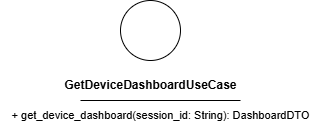
The draw.io diagram src/PB/DocumentazioneEsterna/Specifica_Tecnica/content/uml/png/Dashboard/GetDeviceDashboardUseCase.png in GroupRubberDuck/Documentazione, before a commit. Source tidied: cells renumbered, new cells last; positions are measured from the earlier drawing's top-left corner, leaving out a move shared by most shapes. The source it was exported from:
```xml
<mxGraphModel>
  <root>
    <mxCell id="0" />
    <mxCell id="1" parent="0" />
    <mxCell id="2" style="ellipse;whiteSpace=wrap;html=1;" parent="1" vertex="1">
      <mxGeometry x="120" width="60" height="60" as="geometry" />
    </mxCell>
    <mxCell id="3" value="&lt;b&gt;GetDeviceDashboardUseCase&lt;/b&gt;" style="text;html=1;align=center;verticalAlign=middle;strokeColor=none;fillColor=none;" parent="1" vertex="1">
      <mxGeometry x="50" y="70" width="200" height="30" as="geometry" />
    </mxCell>
    <mxCell id="4" style="endArrow=none;html=1;" parent="1" edge="1">
      <mxGeometry relative="1" as="geometry">
        <mxPoint x="80" y="100" as="sourcePoint" />
        <mxPoint x="240" y="100" as="targetPoint" />
        <Array as="points">
          <mxPoint x="160" y="100" />
        </Array>
      </mxGeometry>
    </mxCell>
    <mxCell id="5" value="&lt;font style=&quot;font-size: 11px;&quot;&gt;+ get_device_dashboard(session_id: String): DashboardDTO&lt;/font&gt;" style="text;html=1;align=center;verticalAlign=middle;strokeColor=none;fillColor=none;" parent="1" vertex="1">
      <mxGeometry y="100" width="320" height="30" as="geometry" />
    </mxCell>
  </root>
</mxGraphModel>
```
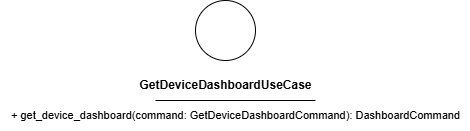
The same file after the commit.

Commit message:
fix: st dashbaord con command

Diff of the diagram source:
```diff
@@ -17,8 +17,8 @@
         </Array>
       </mxGeometry>
     </mxCell>
-    <mxCell id="5" value="&lt;font style=&quot;font-size: 11px;&quot;&gt;+ get_device_dashboard(session_id: String): DashboardDTO&lt;/font&gt;" style="text;html=1;align=center;verticalAlign=middle;strokeColor=none;fillColor=none;" parent="1" vertex="1">
-      <mxGeometry y="100" width="320" height="30" as="geometry" />
+    <mxCell id="5" value="&lt;font style=&quot;font-size: 11px;&quot;&gt;+ get_device_dashboard(command: GetDeviceDashboardCommand): DashboardCommand&lt;/font&gt;" style="text;html=1;align=center;verticalAlign=middle;strokeColor=none;fillColor=none;" parent="1" vertex="1">
+      <mxGeometry x="-75" y="100" width="470" height="30" as="geometry" />
     </mxCell>
   </root>
 </mxGraphModel>
```
